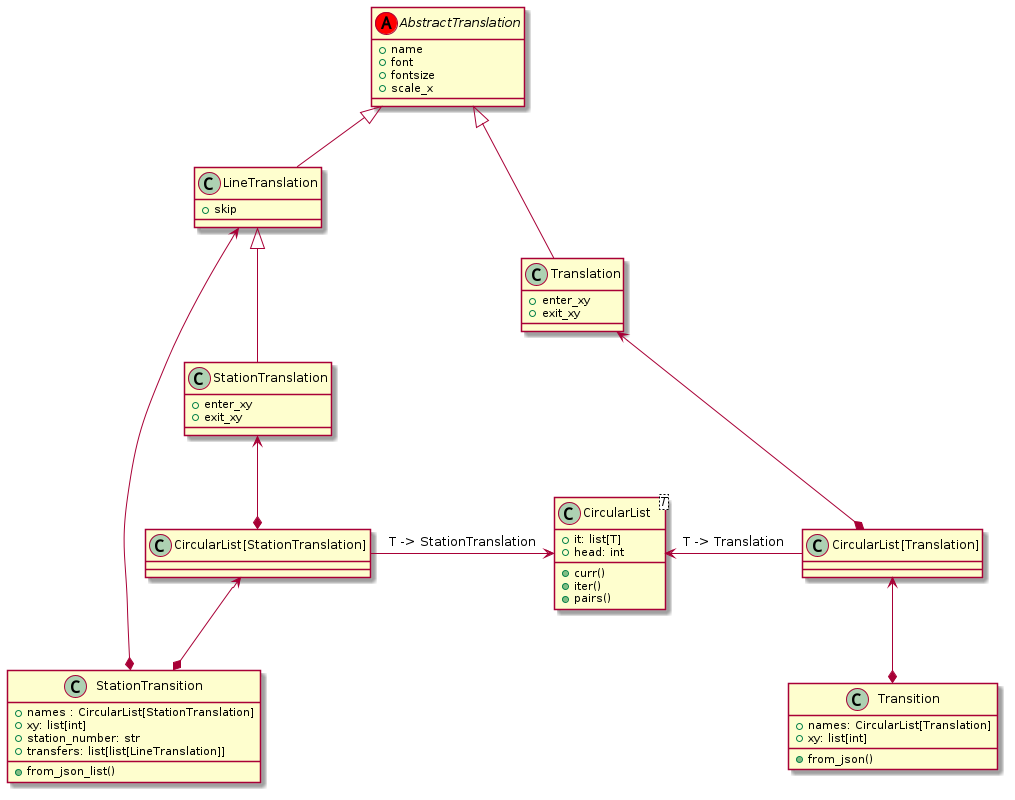
Earlier version of the PlantUML export settings/puml/render/classes.png (akazukin5151/metroani).
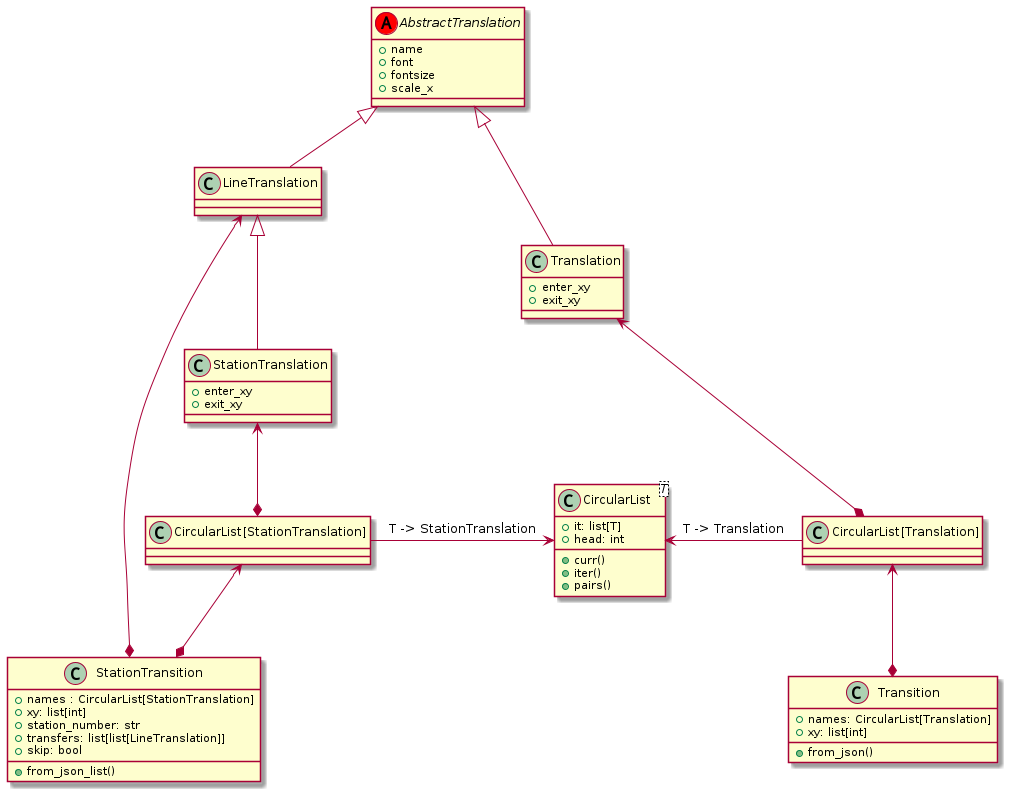
After the change.

The edit, as a diff of the source:
```diff
@@ -8,7 +8,6 @@
 }
 
 class LineTranslation extends AbstractTranslation {
-    +skip
 }
 
 class StationTranslation extends LineTranslation {
@@ -40,6 +39,7 @@
     +xy: list[int]
     +station_number: str
     +transfers: list[list[LineTranslation]]
+    +skip: bool
     +from_json_list()
 }
 
```
